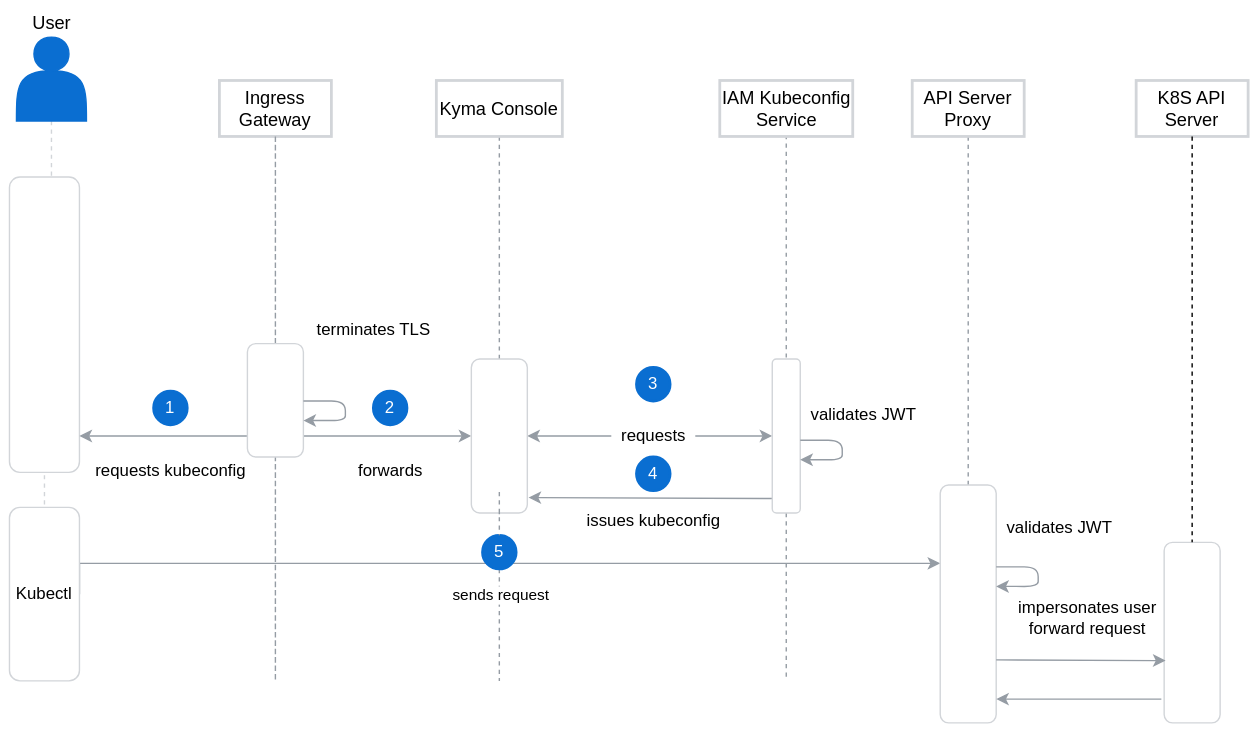
Earlier version of the draw.io export docs/security-v2/assets/kyma-access-kubectl.svg (kyma-project/kyma). Source tidied: cells renumbered, new cells last; positions are measured from the earlier drawing's top-left corner, leaving out a move shared by most shapes.
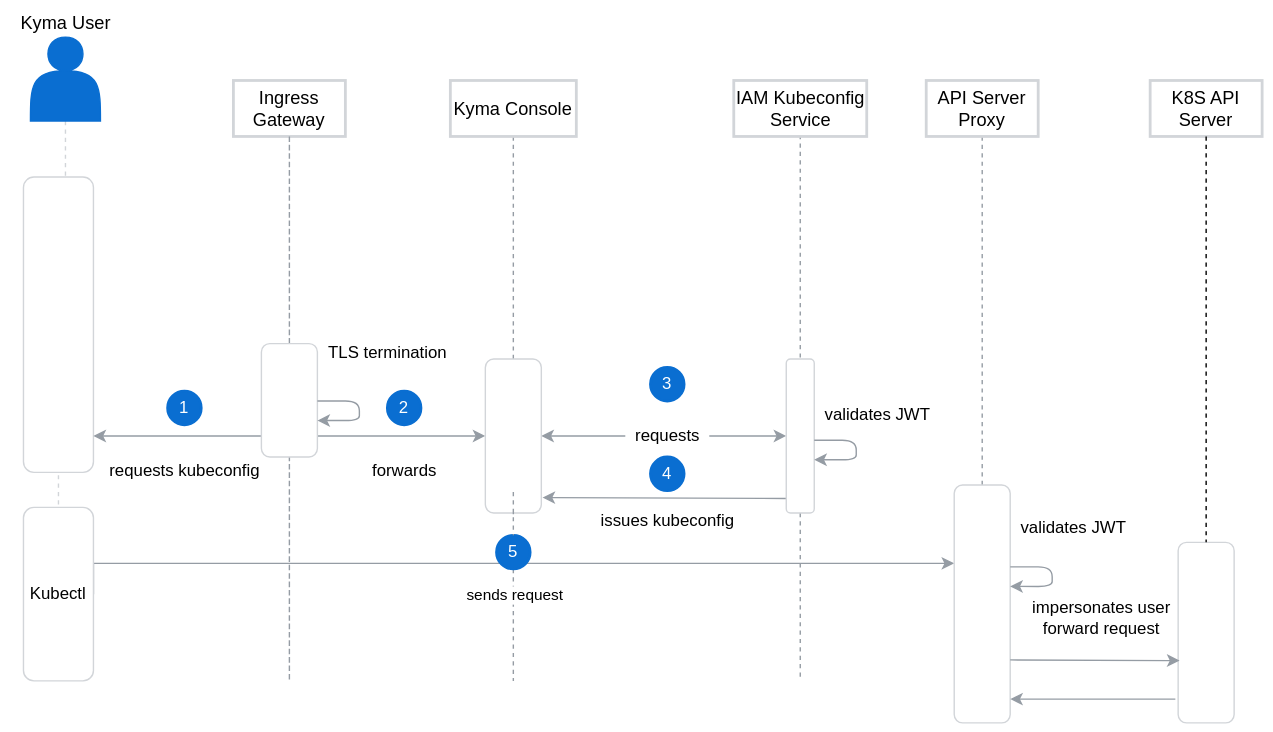
Above is the later version.

What changed in the source:
```diff
@@ -141,8 +141,8 @@
     <mxCell id="33" style="rounded=1;whiteSpace=wrap;html=1;strokeColor=#D2D5D9;" parent="1" vertex="1">
       <mxGeometry x="170" y="239" width="40" height="81" as="geometry" />
     </mxCell>
-    <mxCell id="34" value="terminates TLS" style="text;html=1;align=center;verticalAlign=middle;" parent="1" vertex="1">
-      <mxGeometry x="210" y="219" width="100" height="20" as="geometry" />
+    <mxCell id="34" value="TLS termination" style="text;html=1;align=center;verticalAlign=middle;" parent="1" vertex="1">
+      <mxGeometry x="210" y="236" width="100" height="20" as="geometry" />
     </mxCell>
     <mxCell id="35" style="edgeStyle=orthogonalEdgeStyle;orthogonalLoop=1;jettySize=auto;html=1;entryX=1;entryY=0.407;entryDx=0;entryDy=0;endArrow=classic;endFill=1;strokeWidth=1;entryPerimeter=0;strokeColor=#959CA4;rounded=1;" parent="1" edge="1">
       <mxGeometry relative="1" as="geometry">
@@ -191,8 +191,8 @@
         <mxPoint x="350" y="345" as="sourcePoint" />
       </mxGeometry>
     </mxCell>
-    <mxCell id="47" value="User" style="text;html=1;align=center;verticalAlign=middle;fontSize=13;" parent="1" vertex="1">
-      <mxGeometry x="10" width="40" height="20" as="geometry" />
+    <mxCell id="47" value="Kyma User" style="text;html=1;align=center;verticalAlign=middle;fontSize=13;" parent="1" vertex="1">
+      <mxGeometry x="-10" width="80" height="20" as="geometry" />
     </mxCell>
   </root>
 </mxGraphModel>
```
